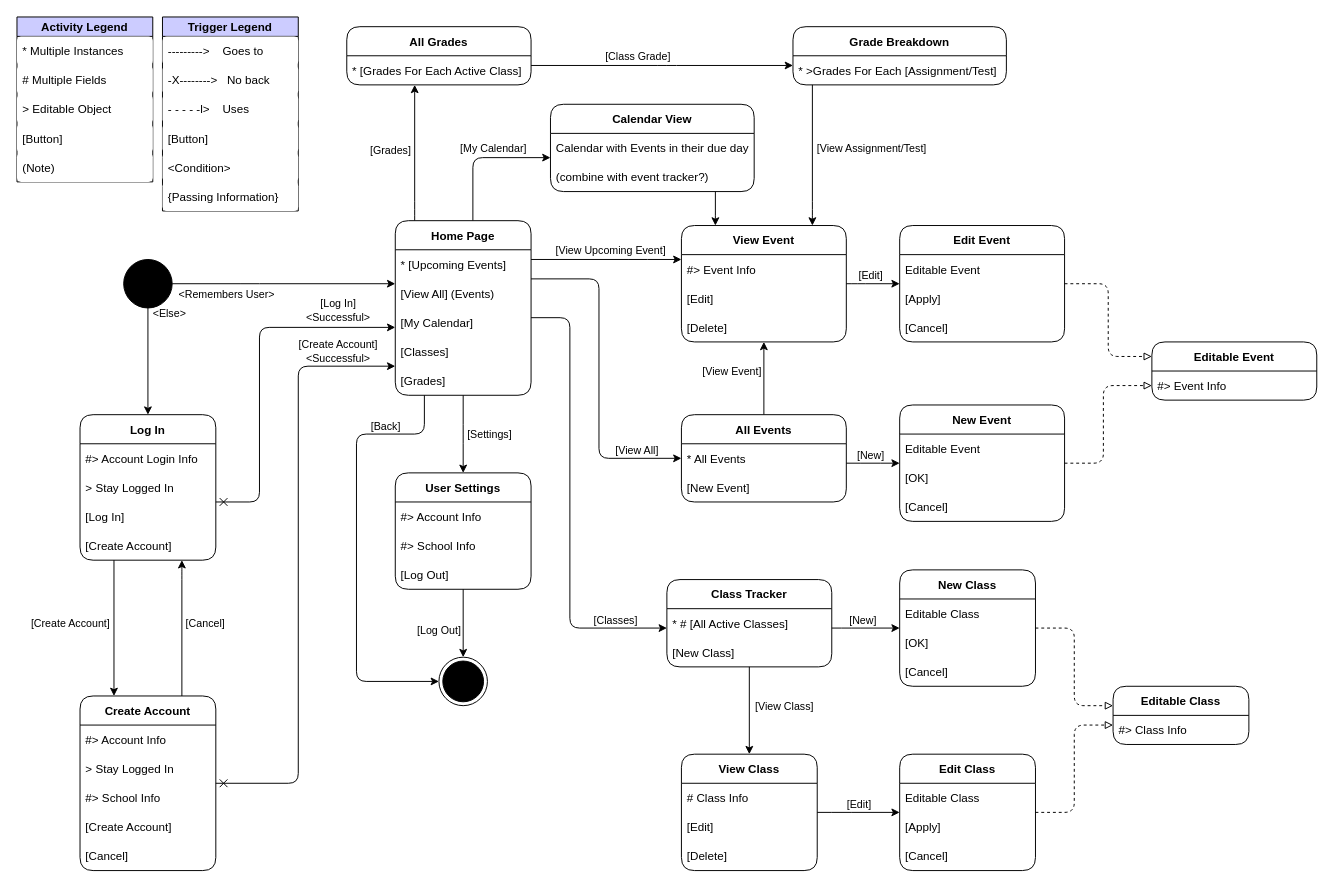
FaceInCake/ThePrincipleApp keeps this draw.io diagram as docs/ActivityDiagram.drawio. Above is the earlier version. Source tidied: cells renumbered, new cells numbered last; positions are measured from the earlier drawing's top-left corner, leaving out a move shared by most shapes. Both pictures are drawn from the tidied source at 97%, with x=0, y=0 at pixel (16, 16).
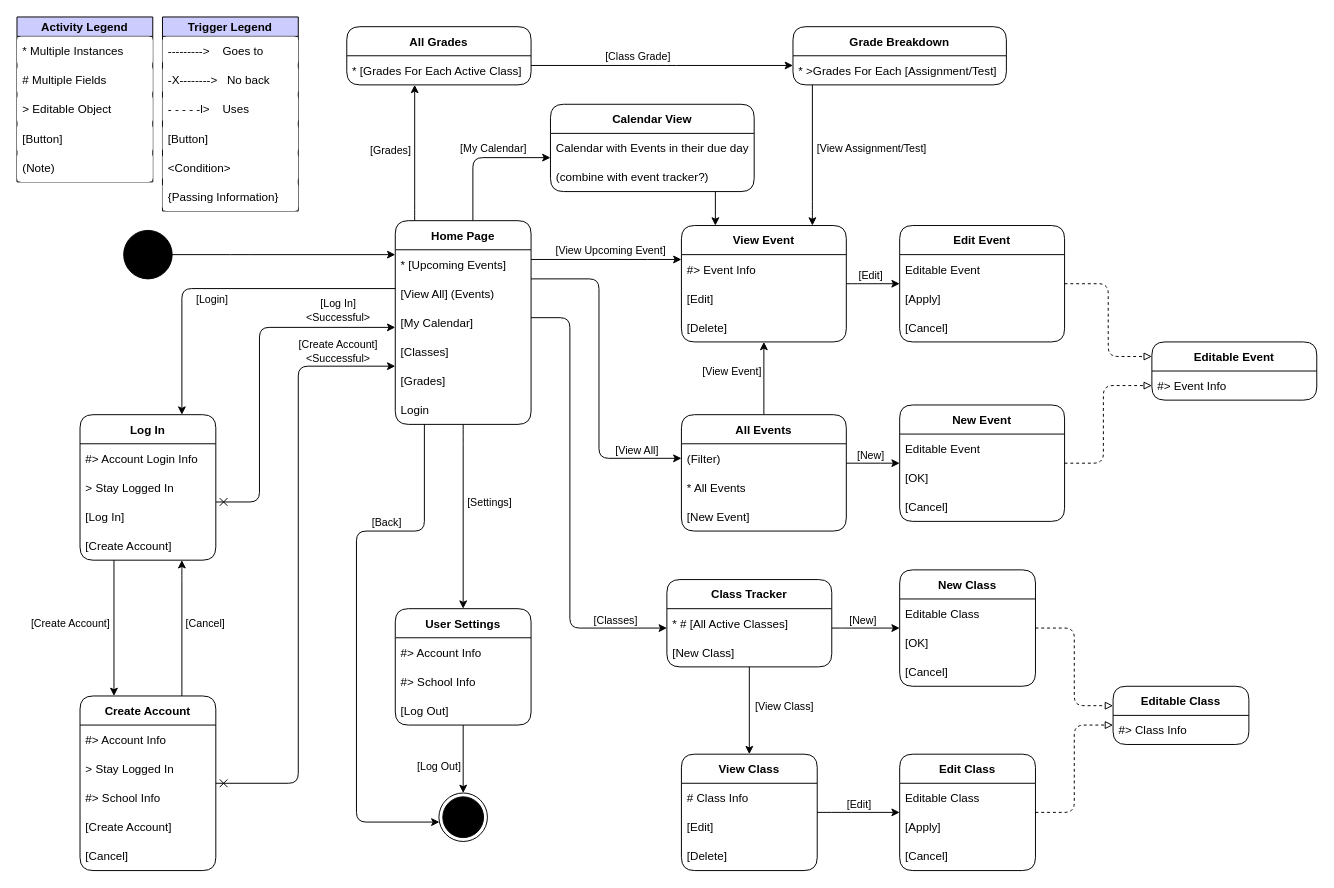
After the change.

Unchanged cells that the change refers to:
```xml
<mxCell id="23" value="Log In" style="swimlane;fontStyle=1;horizontal=1;startSize=30;rounded=1;" parent="1" vertex="1">
  <mxGeometry x="65" y="410" width="140" height="150" as="geometry" />
</mxCell>
```

What changed in the source:
```diff
@@
-    <mxCell id="6" style="edgeStyle=orthogonalEdgeStyle;rounded=1;jettySize=auto;html=1;" parent="1" edge="1" source="10" target="23">
-      <mxGeometry relative="1" as="geometry">
-        <Array as="points">
-          <mxPoint x="135" y="300" />
-          <mxPoint x="135" y="300" />
-        </Array>
-      </mxGeometry>
-    </mxCell>
-    <mxCell id="7" value="&amp;lt;Else&amp;gt;" style="edgeLabel;html=1;align=center;verticalAlign=middle;rounded=1;" parent="6" vertex="1">
-      <mxGeometry x="-0.31" y="-1" relative="1" as="geometry">
-        <mxPoint x="22" y="-33" as="offset" />
-      </mxGeometry>
-    </mxCell>
     <mxCell id="8" style="edgeStyle=orthogonalEdgeStyle;rounded=1;jettySize=auto;html=1;" parent="1" edge="1" source="10" target="40">
       <mxGeometry relative="1" as="geometry">
         <Array as="points">
-          <mxPoint x="240" y="275" />
-          <mxPoint x="240" y="275" />
+          <mxPoint x="230" y="245" />
+          <mxPoint x="230" y="245" />
         </Array>
       </mxGeometry>
     </mxCell>
-    <mxCell id="9" value="&amp;lt;Remembers User&amp;gt;" style="edgeLabel;html=1;align=center;verticalAlign=middle;rounded=1;" parent="8" vertex="1">
-      <mxGeometry x="-0.95" y="1" relative="1" as="geometry">
-        <mxPoint x="49" y="11" as="offset" />
-      </mxGeometry>
-    </mxCell>
     <mxCell id="10" style="ellipse;whiteSpace=wrap;html=1;fillColor=#000000;rounded=1;" parent="1" vertex="1">
-      <mxGeometry x="110" y="250" width="50" height="50" as="geometry" />
+      <mxGeometry x="110" y="220" width="50" height="50" as="geometry" />
     </mxCell>
@@
     <mxCell id="38" style="edgeStyle=orthogonalEdgeStyle;rounded=1;jettySize=auto;html=1;startArrow=none;startFill=0;" parent="1" edge="1" source="40" target="58">
       <mxGeometry relative="1" as="geometry">
         <Array as="points">
-          <mxPoint x="420" y="430" />
-          <mxPoint x="350" y="430" />
-          <mxPoint x="350" y="685" />
+          <mxPoint x="420" y="530" />
+          <mxPoint x="350" y="530" />
+          <mxPoint x="350" y="830" />
         </Array>
       </mxGeometry>
     </mxCell>
     <mxCell id="39" value="[Back]" style="edgeLabel;html=1;align=center;verticalAlign=middle;rounded=1;" parent="38" vertex="1">
       <mxGeometry x="-0.58" y="-1" relative="1" as="geometry">
-        <mxPoint x="14" y="-8" as="offset" />
+        <mxPoint x="-31" y="-9" as="offset" />
       </mxGeometry>
     </mxCell>
     <mxCell id="40" value="Home Page" style="swimlane;fontStyle=1;horizontal=1;startSize=30;rounded=1;" parent="1" vertex="1">
-      <mxGeometry x="390" y="210" width="140" height="180" as="geometry" />
+      <mxGeometry x="390" y="210" width="140" height="210" as="geometry" />
     </mxCell>
@@
+    <mxCell id="128" value="Login" style="text;strokeColor=none;fillColor=none;align=left;verticalAlign=middle;spacingLeft=4;spacingRight=4;overflow=hidden;rounded=1;" parent="40" vertex="1">
+      <mxGeometry y="180" width="140" height="30" as="geometry" />
+    </mxCell>
@@
     <mxCell id="54" value="User Settings" style="swimlane;fontStyle=1;horizontal=1;startSize=30;rounded=1;" parent="1" vertex="1">
-      <mxGeometry x="390" y="470" width="140" height="120" as="geometry" />
+      <mxGeometry x="390" y="610" width="140" height="120" as="geometry" />
     </mxCell>
@@
     <mxCell id="58" style="ellipse;html=1;shape=endState;fillColor=#000000;strokeColor=#000000;rounded=1;strokeWidth=1;perimeterSpacing=0;" parent="1" vertex="1">
-      <mxGeometry x="435" y="660" width="50" height="50" as="geometry" />
+      <mxGeometry x="435" y="800" width="50" height="50" as="geometry" />
     </mxCell>
@@
     <mxCell id="85" value="All Events" style="swimlane;fontStyle=1;horizontal=1;startSize=30;rounded=1;" parent="1" vertex="1">
-      <mxGeometry x="685" y="410" width="170" height="90" as="geometry" />
+      <mxGeometry x="685" y="410" width="170" height="120" as="geometry" />
     </mxCell>
+    <mxCell id="129" value="(Filter)" style="text;strokeColor=none;fillColor=none;align=left;verticalAlign=middle;spacingLeft=4;spacingRight=4;overflow=hidden;rounded=1;" parent="85" vertex="1">
+      <mxGeometry y="30" width="170" height="30" as="geometry" />
+    </mxCell>
     <mxCell id="86" value="* All Events" style="text;strokeColor=none;fillColor=none;align=left;verticalAlign=middle;spacingLeft=4;spacingRight=4;overflow=hidden;rounded=1;" parent="85" vertex="1">
-      <mxGeometry y="30" width="170" height="30" as="geometry" />
+      <mxGeometry y="60" width="170" height="30" as="geometry" />
     </mxCell>
     <mxCell id="87" value="[New Event]" style="text;strokeColor=none;fillColor=none;align=left;verticalAlign=middle;spacingLeft=4;spacingRight=4;overflow=hidden;rounded=1;" parent="85" vertex="1">
-      <mxGeometry y="60" width="170" height="30" as="geometry" />
+      <mxGeometry y="90" width="170" height="30" as="geometry" />
     </mxCell>
@@
+    <mxCell id="130" style="edgeStyle=orthogonalEdgeStyle;rounded=1;jettySize=auto;html=1;" parent="1" edge="1" source="40" target="23">
+      <mxGeometry relative="1" as="geometry">
+        <Array as="points">
+          <mxPoint x="170" y="280" />
+        </Array>
+      </mxGeometry>
+    </mxCell>
+    <mxCell id="131" value="[Login]" style="edgeLabel;html=1;align=center;verticalAlign=middle;" parent="130" vertex="1">
+      <mxGeometry x="0.17" y="2" relative="1" as="geometry">
+        <mxPoint x="15" y="8" as="offset" />
+      </mxGeometry>
+    </mxCell>
```
